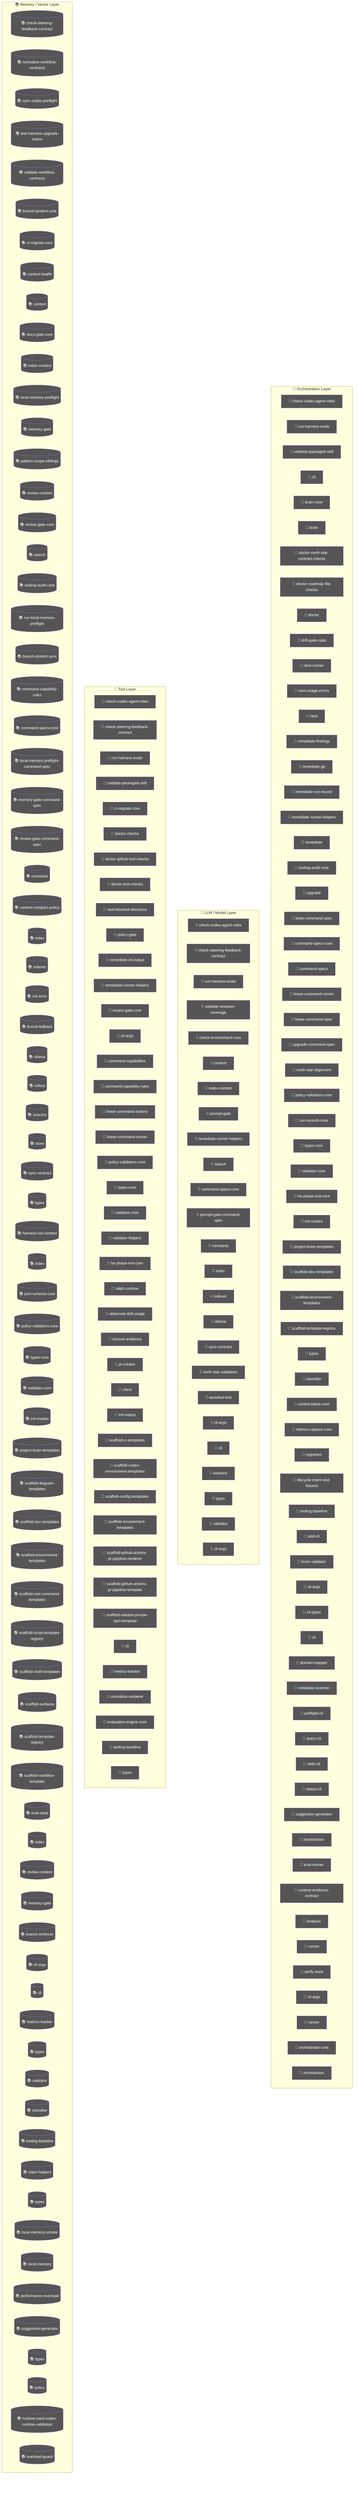
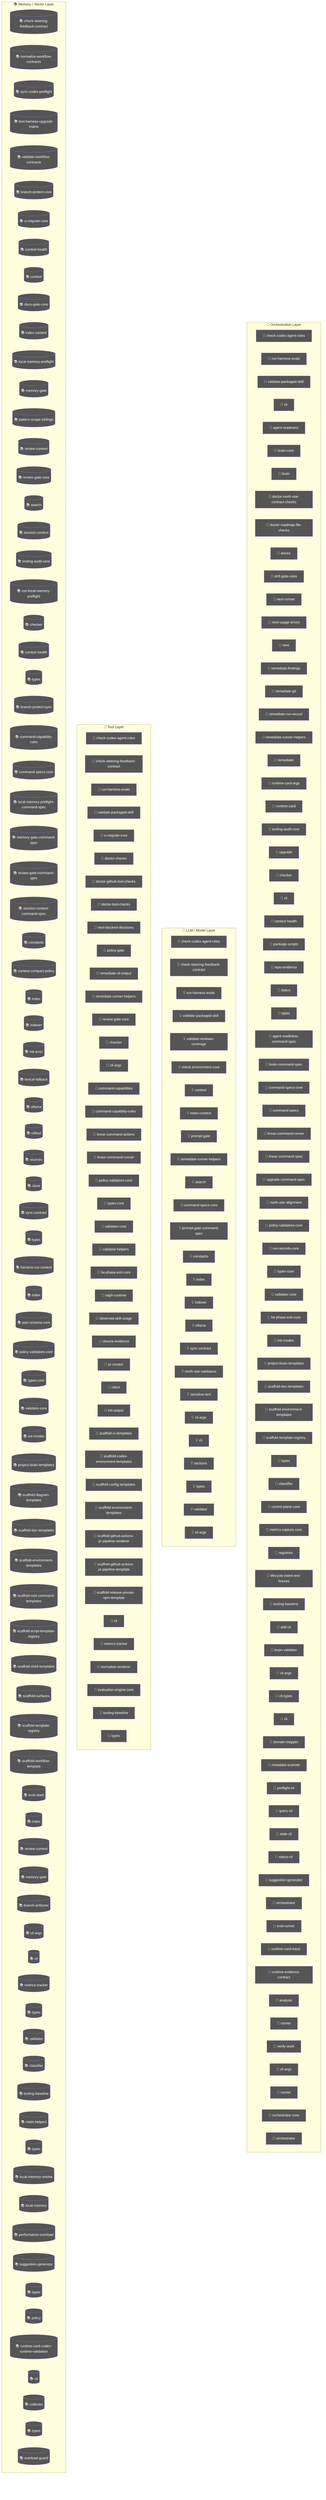
flowchart TD
  subgraph Orchestration["🎯 Orchestration Layer"]
    node_agent_mmd_orchestration_layer_orchestration_chec_7a9f0b64["🤖 check-codex-agent-roles"]
    node_agent_mmd_orchestration_layer_orchestration_run__18817957["🤖 run-harness-evals"]
    node_agent_mmd_orchestration_layer_orchestration_vali_c01b04be["🤖 validate-packaged-skill"]
    cli_99bb8840["🤖 cli"]
+     agent_readiness_c82c68e6["🤖 agent-readiness"]
    brain_core_aa07c380["🤖 brain-core"]
    brain_bbbf7a64["🤖 brain"]
    doctor_north_star_contract_checks_0048124c["🤖 doctor-north-star-contract-checks"]
    doctor_roadmap_file_checks_14447b8e["🤖 doctor-roadmap-file-checks"]
    doctor_72f4be89["🤖 doctor"]
    drift_gate_rules_9685e72d["🤖 drift-gate-rules"]
    next_runner_41643472["🤖 next-runner"]
    next_usage_errors_837a345a["🤖 next-usage-errors"]
    next_c6c1c9a9["🤖 next"]
    remediate_findings_8b09c8c6["🤖 remediate-findings"]
    remediate_git_58c6f6f4["🤖 remediate-git"]
    remediate_run_record_9dfe5dc1["🤖 remediate-run-record"]
    node_agent_mmd_orchestration_layer_orchestration_reme_359fe98f["🤖 remediate-runner-helpers"]
    remediate_06b9c7fc["🤖 remediate"]
+     runtime_card_args_2b3d4b28["🤖 runtime-card-args"]
+     runtime_card_e06b53e1["🤖 runtime-card"]
    node_agent_mmd_orchestration_layer_orchestration_tool_acfe0c01["🤖 tooling-audit-core"]
    upgrade_7fef9479["🤖 upgrade"]
+     node_agent_mmd_orchestration_layer_orchestration_chec_0550c395["🤖 checker"]
+     cli_1_084e05fe["🤖 cli"]
+     node_agent_mmd_orchestration_layer_orchestration_cont_61b3b9c9["🤖 context-health"]
+     package_scripts_3ee6150f["🤖 package-scripts"]
+     repo_evidence_38bb1de5["🤖 repo-evidence"]
+     status_073c1634["🤖 status"]
+     node_agent_mmd_orchestration_layer_orchestration_type_4f906dcc["🤖 types"]
+     agent_readiness_command_spec_a30c2c1e["🤖 agent-readiness-command-spec"]
    brain_command_spec_15b122d5["🤖 brain-command-spec"]
    node_agent_mmd_orchestration_layer_orchestration_comm_1f8cc24c["🤖 command-specs-core"]
    command_specs_69167c63["🤖 command-specs"]
    node_agent_mmd_orchestration_layer_orchestration_line_b67affd5["🤖 linear-command-runner"]
    linear_command_spec_1e12dd44["🤖 linear-command-spec"]
    upgrade_command_spec_03f6c7bd["🤖 upgrade-command-spec"]
    north_star_alignment_00440188["🤖 north-star-alignment"]
    node_agent_mmd_orchestration_layer_orchestration_poli_3270b55d["🤖 policy-validators-core"]
    run_records_core_89286dfa["🤖 run-records-core"]
    node_agent_mmd_orchestration_layer_orchestration_type_7cf81261["🤖 types-core"]
    node_agent_mmd_orchestration_layer_orchestration_vali_d9fe99e6["🤖 validator-core"]
    node_agent_mmd_orchestration_layer_orchestration_he_p_fc778c24["🤖 he-phase-exit-core"]
    node_agent_mmd_orchestration_layer_orchestration_init_2a9c3ecb["🤖 init-modes"]
    node_agent_mmd_orchestration_layer_orchestration_proj_6ab6f60f["🤖 project-brain-templates"]
    node_agent_mmd_orchestration_layer_orchestration_scaf_12cc07db["🤖 scaffold-doc-templates"]
    node_agent_mmd_orchestration_layer_orchestration_scaf_c9a90c2f["🤖 scaffold-environment-templates"]
    node_agent_mmd_orchestration_layer_orchestration_scaf_ff8f92f6["🤖 scaffold-template-registry"]
-     types_11_4be3ee64["🤖 types"]
+     types_13_d025517b["🤖 types"]
    node_agent_mmd_orchestration_layer_orchestration_clas_899b821a["🤖 classifier"]
    control_plane_core_db3b4cb2["🤖 control-plane-core"]
    metrics_capture_core_db4bf7cf["🤖 metrics-capture-core"]
    registries_06402afa["🤖 registries"]
    lifecycle_intent_test_fixtures_a53c7ada["🤖 lifecycle-intent-test-fixtures"]
    node_agent_mmd_orchestration_layer_orchestration_tool_cc43149f["🤖 tooling-baseline"]
    add_cli_7614de25["🤖 add-cli"]
    brain_validator_be251832["🤖 brain-validator"]
    cli_args_8_d546936e["🤖 cli-args"]
    cli_types_1686e858["🤖 cli-types"]
-     cli_7_dc4a9f7f["🤖 cli"]
+     cli_9_b54c1407["🤖 cli"]
    domain_mapper_cd9333d2["🤖 domain-mapper"]
    metadata_scanner_6a101b66["🤖 metadata-scanner"]
    preflight_cli_5d148379["🤖 preflight-cli"]
    query_cli_b95be64d["🤖 query-cli"]
    stale_cli_64548720["🤖 stale-cli"]
    status_cli_4c24a0d6["🤖 status-cli"]
    node_agent_mmd_orchestration_layer_orchestration_sugg_85c5ebe3["🤖 suggestion-generator"]
    orchestrator_11376b7e["🤖 orchestrator"]
    eval_runner_0966a6b3["🤖 eval-runner"]
+     runtime_card_trace_64a5ca95["🤖 runtime-card-trace"]
    runtime_evidence_contract_0f7b15b2["🤖 runtime-evidence-contract"]
    analysis_f44e85c4["🤖 analysis"]
    runner_527aa9f4["🤖 runner"]
    verify_work_1_cd8e7ec3["🤖 verify-work"]
    cli_args_14_3481043e["🤖 cli-args"]
    runner_1_6f281bf8["🤖 runner"]
    orchestrator_core_d0678b53["🤖 orchestrator-core"]
    orchestrator_1_6b7137c5["🤖 orchestrator"]
  end
  subgraph LLMLayer["🧠 LLM / Model Layer"]
    node_agent_mmd_llm_model_layer_llmlayer_check_codex_a_29e7b7fa["💡 check-codex-agent-roles"]
    node_agent_mmd_llm_model_layer_llmlayer_check_steerin_a7dbbd2f["💡 check-steering-feedback-contract"]
    node_agent_mmd_llm_model_layer_llmlayer_run_harness_e_603fcfdc["💡 run-harness-evals"]
+     node_agent_mmd_llm_model_layer_llmlayer_validate_pack_2a12e1f4["💡 validate-packaged-skill"]
    validate_reviewer_coverage_251efee3["💡 validate-reviewer-coverage"]
    check_environment_core_2c16213f["💡 check-environment-core"]
    node_agent_mmd_llm_model_layer_llmlayer_context_conte_ad2dfbd9["💡 context"]
    node_agent_mmd_llm_model_layer_llmlayer_index_context_1041bd11["💡 index-context"]
    prompt_gate_c5e9d207["💡 prompt-gate"]
    node_agent_mmd_llm_model_layer_llmlayer_remediate_run_9e3d4585["💡 remediate-runner-helpers"]
    node_agent_mmd_llm_model_layer_llmlayer_search_search_66b9a911["💡 search"]
    node_agent_mmd_llm_model_layer_llmlayer_command_specs_782af9fa["💡 command-specs-core"]
    prompt_gate_command_spec_9a941482["💡 prompt-gate-command-spec"]
    node_agent_mmd_llm_model_layer_llmlayer_constants_con_c9bd3f6c["💡 constants"]
    node_agent_mmd_llm_model_layer_llmlayer_index_index_1_02e160ff["💡 index"]
    node_agent_mmd_llm_model_layer_llmlayer_indexer_index_4f4deef5["💡 indexer"]
    node_agent_mmd_llm_model_layer_llmlayer_ollama_ollama_968b23fa["💡 ollama"]
    node_agent_mmd_llm_model_layer_llmlayer_sync_contract_9f3cc8c1["💡 sync-contract"]
    north_star_validators_cfc926ce["💡 north-star-validators"]
    sensitive_text_7c11f760["💡 sensitive-text"]
    cli_args_9_9c136878["💡 cli-args"]
-     cli_8_e3a6ce03["💡 cli"]
+     cli_10_35dc8cbd["💡 cli"]
    sections_4697ef32["💡 sections"]
-     types_21_5756f9dc["💡 types"]
+     types_23_4352ee2e["💡 types"]
    validator_6_3688adbf["💡 validator"]
    cli_args_10_861cdd3f["💡 cli-args"]
  end
  subgraph ToolLayer["🔧 Tool Layer"]
    node_agent_mmd_tool_layer_toollayer_check_codex_agent_4b361d5a["🔧 check-codex-agent-roles"]
    node_agent_mmd_tool_layer_toollayer_check_steering_fe_84ed22c2["🔧 check-steering-feedback-contract"]
    node_agent_mmd_tool_layer_toollayer_run_harness_evals_e2ee24f1["🔧 run-harness-evals"]
-     node_agent_mmd_tool_layer_toollayer_validate_packaged_f6ed6f12["🔧 validate-packaged-skill"]
+     node_agent_mmd_tool_layer_toollayer_validate_packaged_2855c827["🔧 validate-packaged-skill"]
    node_agent_mmd_tool_layer_toollayer_ci_migrate_core_c_049f8460["🔧 ci-migrate-core"]
    doctor_checks_5a2eb2b9["🔧 doctor-checks"]
    doctor_github_tool_checks_a53b0382["🔧 doctor-github-tool-checks"]
    doctor_tool_checks_4acac51a["🔧 doctor-tool-checks"]
    next_blocked_decisions_4140ad2b["🔧 next-blocked-decisions"]
    policy_gate_213f7313["🔧 policy-gate"]
    remediate_cli_output_cc165396["🔧 remediate-cli-output"]
    node_agent_mmd_tool_layer_toollayer_remediate_runner__c003b871["🔧 remediate-runner-helpers"]
    node_agent_mmd_tool_layer_toollayer_review_gate_core__7704598b["🔧 review-gate-core"]
+     node_agent_mmd_tool_layer_toollayer_checker_checker_2_453d593b["🔧 checker"]
    cli_args_1_6144b055["🔧 cli-args"]
    command_capabilities_a4d5c71e["🔧 command-capabilities"]
    node_agent_mmd_tool_layer_toollayer_command_capabilit_e97a4615["🔧 command-capability-rules"]
    linear_command_actions_e430f4f4["🔧 linear-command-actions"]
    node_agent_mmd_tool_layer_toollayer_linear_command_ru_d6763748["🔧 linear-command-runner"]
    node_agent_mmd_tool_layer_toollayer_policy_validators_af136abf["🔧 policy-validators-core"]
    node_agent_mmd_tool_layer_toollayer_types_core_types__6c8319b6["🔧 types-core"]
    node_agent_mmd_tool_layer_toollayer_validator_core_va_6ef6131f["🔧 validator-core"]
    validator_helpers_7b927667["🔧 validator-helpers"]
    node_agent_mmd_tool_layer_toollayer_he_phase_exit_cor_af016160["🔧 he-phase-exit-core"]
    ralph_runtime_73d63c0e["🔧 ralph-runtime"]
    observed_skill_usage_ed7d5930["🔧 observed-skill-usage"]
    closure_evidence_aaa31467["🔧 closure-evidence"]
    pr_creator_dc6b1ea4["🔧 pr-creator"]
    client_948fe603["🔧 client"]
    init_output_360dce91["🔧 init-output"]
    scaffold_ci_templates_2afd6392["🔧 scaffold-ci-templates"]
    scaffold_codex_environment_templates_334fbbed["🔧 scaffold-codex-environment-templates"]
    scaffold_config_templates_4b80ce53["🔧 scaffold-config-templates"]
    node_agent_mmd_tool_layer_toollayer_scaffold_environm_c1afc013["🔧 scaffold-environment-templates"]
    scaffold_github_actions_pr_pipeline_renderer_1ee18de5["🔧 scaffold-github-actions-pr-pipeline-renderer"]
    scaffold_github_actions_pr_pipeline_template_e2b85f62["🔧 scaffold-github-actions-pr-pipeline-template"]
    scaffold_release_private_npm_template_075499f8["🔧 scaffold-release-private-npm-template"]
    node_agent_mmd_tool_layer_toollayer_cli_cli_2_1_32d9eeaf["🔧 cli"]
    node_agent_mmd_tool_layer_toollayer_metrics_tracker_m_4c9237d8["🔧 metrics-tracker"]
    normalise_renderer_85f2e563["🔧 normalise-renderer"]
    evaluation_engine_core_e054fe49["🔧 evaluation-engine-core"]
    node_agent_mmd_tool_layer_toollayer_tooling_baseline__61e66e9f["🔧 tooling-baseline"]
-     types_29_929d5a70["🔧 types"]
+     types_32_bfe791ff["🔧 types"]
  end
  subgraph MemoryLayer["📚 Memory / Vector Layer"]
    node_agent_mmd_memory_vector_layer_memorylayer_check__d71f8993[("📚 check-steering-feedback-contract")]
    normalize_workflow_contracts_8701f1c8[("📚 normalize-workflow-contracts")]
    sync_codex_preflight_7e7a8dc2[("📚 sync-codex-preflight")]
    test_harness_upgrade_matrix_84113c4e[("📚 test-harness-upgrade-matrix")]
    validate_workflow_contracts_33dc063c[("📚 validate-workflow-contracts")]
    branch_protect_core_a8feb0fd[("📚 branch-protect-core")]
    node_agent_mmd_memory_vector_layer_memorylayer_ci_mig_0cd5b1a4[("📚 ci-migrate-core")]
    context_health_80bb7da9[("📚 context-health")]
    node_agent_mmd_memory_vector_layer_memorylayer_contex_78ceaaa9[("📚 context")]
    docs_gate_core_eb9b6c18[("📚 docs-gate-core")]
    node_agent_mmd_memory_vector_layer_memorylayer_index__6f3402d0[("📚 index-context")]
    local_memory_preflight_dcc36c42[("📚 local-memory-preflight")]
    memory_gate_a577a506[("📚 memory-gate")]
    pattern_scope_siblings_43abe000[("📚 pattern-scope-siblings")]
    review_context_ca6cf81d[("📚 review-context")]
    node_agent_mmd_memory_vector_layer_memorylayer_review_5bee9816[("📚 review-gate-core")]
    node_agent_mmd_memory_vector_layer_memorylayer_search_ac35cb7e[("📚 search")]
+     session_context_e5ec72c0[("📚 session-context")]
    node_agent_mmd_memory_vector_layer_memorylayer_toolin_a1185b8f[("📚 tooling-audit-core")]
    run_local_memory_preflight_36e92808[("📚 run-local-memory-preflight")]
+     node_agent_mmd_memory_vector_layer_memorylayer_checke_a583eb4f[("📚 checker")]
+     node_agent_mmd_memory_vector_layer_memorylayer_contex_fe0865d6[("📚 context-health")]
+     node_agent_mmd_memory_vector_layer_memorylayer_types__9ad640a0[("📚 types")]
    branch_protect_sync_570adb18[("📚 branch-protect-sync")]
    node_agent_mmd_memory_vector_layer_memorylayer_comman_c72a5d05[("📚 command-capability-rules")]
    node_agent_mmd_memory_vector_layer_memorylayer_comman_111eb454[("📚 command-specs-core")]
    local_memory_preflight_command_spec_9e23f3ce[("📚 local-memory-preflight-command-spec")]
    memory_gate_command_spec_dc9001a9[("📚 memory-gate-command-spec")]
    review_gate_command_spec_3187376a[("📚 review-gate-command-spec")]
+     session_context_command_spec_973afbb1[("📚 session-context-command-spec")]
    node_agent_mmd_memory_vector_layer_memorylayer_consta_702d3f46[("📚 constants")]
    context_compact_policy_3dcaf95d[("📚 context-compact-policy")]
    node_agent_mmd_memory_vector_layer_memorylayer_index__752bc61e[("📚 index")]
    node_agent_mmd_memory_vector_layer_memorylayer_indexe_93e6d86f[("📚 indexer")]
    init_error_5c7dd49f[("📚 init-error")]
    lexical_fallback_723e2b3e[("📚 lexical-fallback")]
    node_agent_mmd_memory_vector_layer_memorylayer_ollama_6d51be16[("📚 ollama")]
    rollout_a4fa034c[("📚 rollout")]
    sources_878a52fc[("📚 sources")]
    store_824d80d7[("📚 store")]
    node_agent_mmd_memory_vector_layer_memorylayer_sync_c_e43418bc[("📚 sync-contract")]
-     types_4_822d0f88[("📚 types")]
+     types_5_f869ec4b[("📚 types")]
    harness_run_context_ac7c77a9[("📚 harness-run-context")]
    index_1_faebc14e[("📚 index")]
    json_schema_core_96d7e328[("📚 json-schema-core")]
    node_agent_mmd_memory_vector_layer_memorylayer_policy_1944de42[("📚 policy-validators-core")]
    node_agent_mmd_memory_vector_layer_memorylayer_types__83f369fa[("📚 types-core")]
    node_agent_mmd_memory_vector_layer_memorylayer_valida_41034356[("📚 validator-core")]
    node_agent_mmd_memory_vector_layer_memorylayer_init_m_333d02c5[("📚 init-modes")]
    node_agent_mmd_memory_vector_layer_memorylayer_projec_3ae304d9[("📚 project-brain-templates")]
    scaffold_diagram_templates_dd88e83c[("📚 scaffold-diagram-templates")]
    node_agent_mmd_memory_vector_layer_memorylayer_scaffo_5fd73b94[("📚 scaffold-doc-templates")]
    node_agent_mmd_memory_vector_layer_memorylayer_scaffo_12b42341[("📚 scaffold-environment-templates")]
    scaffold_root_command_templates_404fed7f[("📚 scaffold-root-command-templates")]
    scaffold_script_template_registry_69312d4e[("📚 scaffold-script-template-registry")]
    scaffold_shell_templates_0ad0f915[("📚 scaffold-shell-templates")]
    scaffold_surfaces_12d6494e[("📚 scaffold-surfaces")]
    node_agent_mmd_memory_vector_layer_memorylayer_scaffo_a86eece1[("📚 scaffold-template-registry")]
    scaffold_workflow_template_92310587[("📚 scaffold-workflow-template")]
    eval_seed_5699fd3e[("📚 eval-seed")]
    index_6_fc9e91e2[("📚 index")]
    review_context_1_e3afed15[("📚 review-context")]
    memory_gate_1_265164ac[("📚 memory-gate")]
    branch_enforcer_acb749cd[("📚 branch-enforcer")]
    cli_args_5_09ea29f0[("📚 cli-args")]
    node_agent_mmd_memory_vector_layer_memorylayer_cli_cl_1f1f89ab[("📚 cli")]
    node_agent_mmd_memory_vector_layer_memorylayer_metric_12562178[("📚 metrics-tracker")]
-     types_13_d025517b[("📚 types")]
+     types_15_86775c96[("📚 types")]
    validator_4_5180cf23[("📚 validator")]
    node_agent_mmd_memory_vector_layer_memorylayer_classi_1ebbf5ff[("📚 classifier")]
    node_agent_mmd_memory_vector_layer_memorylayer_toolin_14f86b00[("📚 tooling-baseline")]
    claim_helpers_20dc8387[("📚 claim-helpers")]
-     types_18_37582e2a[("📚 types")]
+     types_20_071a0112[("📚 types")]
    local_memory_smoke_1175abfc[("📚 local-memory-smoke")]
    local_memory_0db17ecc[("📚 local-memory")]
    performance_overload_c685bfcf[("📚 performance-overload")]
    node_agent_mmd_memory_vector_layer_memorylayer_sugges_267f408d[("📚 suggestion-generator")]
-     types_25_89d086aa[("📚 types")]
+     types_27_4d134744[("📚 types")]
    policy_1_fc4198db[("📚 policy")]
    runtime_card_codex_runtime_validation_d8ce9934[("📚 runtime-card-codex-runtime-validation")]
+     cli_11_338a8415[("📚 cli")]
+     collector_0736fd5b[("📚 collector")]
+     types_30_424b976c[("📚 types")]
    overload_guard_2748c559[("📚 overload-guard")]
  end
  classDef agentNode fill:#555,color:#fff
-   class node_agent_mmd_orchestration_layer_orchestration_chec_7a9f0b64,node_agent_mmd_llm_model_layer_llmlayer_check_codex_a_29e7b7fa,node_agent_mmd_tool_layer_toollayer_check_codex_agent_4b361d5a,node_agent_mmd_orchestration_layer_orchestration_run__18817957,node_agent_mmd_llm_model_layer_llmlayer_run_harness_e_603fcfdc,node_agent_mmd_tool_layer_toollayer_run_harness_evals_e2ee24f1,node_agent_mmd_orchestration_layer_orchestration_vali_c01b04be,node_agent_mmd_tool_layer_toollayer_validate_packaged_f6ed6f12,cli_99bb8840,brain_core_aa07c380,brain_bbbf7a64,doctor_north_star_contract_checks_0048124c,doctor_roadmap_file_checks_14447b8e,doctor_72f4be89,drift_gate_rules_9685e72d,next_runner_41643472,next_usage_errors_837a345a,next_c6c1c9a9,remediate_findings_8b09c8c6,remediate_git_58c6f6f4,remediate_run_record_9dfe5dc1,node_agent_mmd_orchestration_layer_orchestration_reme_359fe98f,node_agent_mmd_llm_model_layer_llmlayer_remediate_run_9e3d4585,node_agent_mmd_tool_layer_toollayer_remediate_runner__c003b871,remediate_06b9c7fc,node_agent_mmd_orchestration_layer_orchestration_tool_acfe0c01,node_agent_mmd_memory_vector_layer_memorylayer_toolin_a1185b8f,upgrade_7fef9479,brain_command_spec_15b122d5,node_agent_mmd_orchestration_layer_orchestration_comm_1f8cc24c,node_agent_mmd_llm_model_layer_llmlayer_command_specs_782af9fa,node_agent_mmd_memory_vector_layer_memorylayer_comman_111eb454,command_specs_69167c63,node_agent_mmd_orchestration_layer_orchestration_line_b67affd5,node_agent_mmd_tool_layer_toollayer_linear_command_ru_d6763748,linear_command_spec_1e12dd44,upgrade_command_spec_03f6c7bd,north_star_alignment_00440188,node_agent_mmd_orchestration_layer_orchestration_poli_3270b55d,node_agent_mmd_tool_layer_toollayer_policy_validators_af136abf,node_agent_mmd_memory_vector_layer_memorylayer_policy_1944de42,run_records_core_89286dfa,node_agent_mmd_orchestration_layer_orchestration_type_7cf81261,node_agent_mmd_tool_layer_toollayer_types_core_types__6c8319b6,node_agent_mmd_memory_vector_layer_memorylayer_types__83f369fa,node_agent_mmd_orchestration_layer_orchestration_vali_d9fe99e6,node_agent_mmd_tool_layer_toollayer_validator_core_va_6ef6131f,node_agent_mmd_memory_vector_layer_memorylayer_valida_41034356,node_agent_mmd_orchestration_layer_orchestration_he_p_fc778c24,node_agent_mmd_tool_layer_toollayer_he_phase_exit_cor_af016160,node_agent_mmd_orchestration_layer_orchestration_init_2a9c3ecb,node_agent_mmd_memory_vector_layer_memorylayer_init_m_333d02c5,node_agent_mmd_orchestration_layer_orchestration_proj_6ab6f60f,node_agent_mmd_memory_vector_layer_memorylayer_projec_3ae304d9,node_agent_mmd_orchestration_layer_orchestration_scaf_12cc07db,node_agent_mmd_memory_vector_layer_memorylayer_scaffo_5fd73b94,node_agent_mmd_orchestration_layer_orchestration_scaf_c9a90c2f,node_agent_mmd_tool_layer_toollayer_scaffold_environm_c1afc013,node_agent_mmd_memory_vector_layer_memorylayer_scaffo_12b42341,node_agent_mmd_orchestration_layer_orchestration_scaf_ff8f92f6,node_agent_mmd_memory_vector_layer_memorylayer_scaffo_a86eece1,types_11_4be3ee64,node_agent_mmd_orchestration_layer_orchestration_clas_899b821a,node_agent_mmd_memory_vector_layer_memorylayer_classi_1ebbf5ff,control_plane_core_db3b4cb2,metrics_capture_core_db4bf7cf,registries_06402afa,lifecycle_intent_test_fixtures_a53c7ada,node_agent_mmd_orchestration_layer_orchestration_tool_cc43149f,node_agent_mmd_tool_layer_toollayer_tooling_baseline__61e66e9f,node_agent_mmd_memory_vector_layer_memorylayer_toolin_14f86b00,add_cli_7614de25,brain_validator_be251832,cli_args_8_d546936e,cli_types_1686e858,cli_7_dc4a9f7f,domain_mapper_cd9333d2,metadata_scanner_6a101b66,preflight_cli_5d148379,query_cli_b95be64d,stale_cli_64548720,status_cli_4c24a0d6,node_agent_mmd_orchestration_layer_orchestration_sugg_85c5ebe3,node_agent_mmd_memory_vector_layer_memorylayer_sugges_267f408d,orchestrator_11376b7e,eval_runner_0966a6b3,runtime_evidence_contract_0f7b15b2,analysis_f44e85c4,runner_527aa9f4,verify_work_1_cd8e7ec3,cli_args_14_3481043e,runner_1_6f281bf8,orchestrator_core_d0678b53,orchestrator_1_6b7137c5 agentNode
+   class node_agent_mmd_orchestration_layer_orchestration_chec_7a9f0b64,node_agent_mmd_llm_model_layer_llmlayer_check_codex_a_29e7b7fa,node_agent_mmd_tool_layer_toollayer_check_codex_agent_4b361d5a,node_agent_mmd_orchestration_layer_orchestration_run__18817957,node_agent_mmd_llm_model_layer_llmlayer_run_harness_e_603fcfdc,node_agent_mmd_tool_layer_toollayer_run_harness_evals_e2ee24f1,node_agent_mmd_orchestration_layer_orchestration_vali_c01b04be,node_agent_mmd_llm_model_layer_llmlayer_validate_pack_2a12e1f4,node_agent_mmd_tool_layer_toollayer_validate_packaged_2855c827,cli_99bb8840,agent_readiness_c82c68e6,brain_core_aa07c380,brain_bbbf7a64,doctor_north_star_contract_checks_0048124c,doctor_roadmap_file_checks_14447b8e,doctor_72f4be89,drift_gate_rules_9685e72d,next_runner_41643472,next_usage_errors_837a345a,next_c6c1c9a9,remediate_findings_8b09c8c6,remediate_git_58c6f6f4,remediate_run_record_9dfe5dc1,node_agent_mmd_orchestration_layer_orchestration_reme_359fe98f,node_agent_mmd_llm_model_layer_llmlayer_remediate_run_9e3d4585,node_agent_mmd_tool_layer_toollayer_remediate_runner__c003b871,remediate_06b9c7fc,runtime_card_args_2b3d4b28,runtime_card_e06b53e1,node_agent_mmd_orchestration_layer_orchestration_tool_acfe0c01,node_agent_mmd_memory_vector_layer_memorylayer_toolin_a1185b8f,upgrade_7fef9479,node_agent_mmd_orchestration_layer_orchestration_chec_0550c395,node_agent_mmd_tool_layer_toollayer_checker_checker_2_453d593b,node_agent_mmd_memory_vector_layer_memorylayer_checke_a583eb4f,cli_1_084e05fe,node_agent_mmd_orchestration_layer_orchestration_cont_61b3b9c9,node_agent_mmd_memory_vector_layer_memorylayer_contex_fe0865d6,package_scripts_3ee6150f,repo_evidence_38bb1de5,status_073c1634,node_agent_mmd_orchestration_layer_orchestration_type_4f906dcc,node_agent_mmd_memory_vector_layer_memorylayer_types__9ad640a0,agent_readiness_command_spec_a30c2c1e,brain_command_spec_15b122d5,node_agent_mmd_orchestration_layer_orchestration_comm_1f8cc24c,node_agent_mmd_llm_model_layer_llmlayer_command_specs_782af9fa,node_agent_mmd_memory_vector_layer_memorylayer_comman_111eb454,command_specs_69167c63,node_agent_mmd_orchestration_layer_orchestration_line_b67affd5,node_agent_mmd_tool_layer_toollayer_linear_command_ru_d6763748,linear_command_spec_1e12dd44,upgrade_command_spec_03f6c7bd,north_star_alignment_00440188,node_agent_mmd_orchestration_layer_orchestration_poli_3270b55d,node_agent_mmd_tool_layer_toollayer_policy_validators_af136abf,node_agent_mmd_memory_vector_layer_memorylayer_policy_1944de42,run_records_core_89286dfa,node_agent_mmd_orchestration_layer_orchestration_type_7cf81261,node_agent_mmd_tool_layer_toollayer_types_core_types__6c8319b6,node_agent_mmd_memory_vector_layer_memorylayer_types__83f369fa,node_agent_mmd_orchestration_layer_orchestration_vali_d9fe99e6,node_agent_mmd_tool_layer_toollayer_validator_core_va_6ef6131f,node_agent_mmd_memory_vector_layer_memorylayer_valida_41034356,node_agent_mmd_orchestration_layer_orchestration_he_p_fc778c24,node_agent_mmd_tool_layer_toollayer_he_phase_exit_cor_af016160,node_agent_mmd_orchestration_layer_orchestration_init_2a9c3ecb,node_agent_mmd_memory_vector_layer_memorylayer_init_m_333d02c5,node_agent_mmd_orchestration_layer_orchestration_proj_6ab6f60f,node_agent_mmd_memory_vector_layer_memorylayer_projec_3ae304d9,node_agent_mmd_orchestration_layer_orchestration_scaf_12cc07db,node_agent_mmd_memory_vector_layer_memorylayer_scaffo_5fd73b94,node_agent_mmd_orchestration_layer_orchestration_scaf_c9a90c2f,node_agent_mmd_tool_layer_toollayer_scaffold_environm_c1afc013,node_agent_mmd_memory_vector_layer_memorylayer_scaffo_12b42341,node_agent_mmd_orchestration_layer_orchestration_scaf_ff8f92f6,node_agent_mmd_memory_vector_layer_memorylayer_scaffo_a86eece1,types_13_d025517b,node_agent_mmd_orchestration_layer_orchestration_clas_899b821a,node_agent_mmd_memory_vector_layer_memorylayer_classi_1ebbf5ff,control_plane_core_db3b4cb2,metrics_capture_core_db4bf7cf,registries_06402afa,lifecycle_intent_test_fixtures_a53c7ada,node_agent_mmd_orchestration_layer_orchestration_tool_cc43149f,node_agent_mmd_tool_layer_toollayer_tooling_baseline__61e66e9f,node_agent_mmd_memory_vector_layer_memorylayer_toolin_14f86b00,add_cli_7614de25,brain_validator_be251832,cli_args_8_d546936e,cli_types_1686e858,cli_9_b54c1407,domain_mapper_cd9333d2,metadata_scanner_6a101b66,preflight_cli_5d148379,query_cli_b95be64d,stale_cli_64548720,status_cli_4c24a0d6,node_agent_mmd_orchestration_layer_orchestration_sugg_85c5ebe3,node_agent_mmd_memory_vector_layer_memorylayer_sugges_267f408d,orchestrator_11376b7e,eval_runner_0966a6b3,runtime_card_trace_64a5ca95,runtime_evidence_contract_0f7b15b2,analysis_f44e85c4,runner_527aa9f4,verify_work_1_cd8e7ec3,cli_args_14_3481043e,runner_1_6f281bf8,orchestrator_core_d0678b53,orchestrator_1_6b7137c5 agentNode
  classDef llmNode fill:#555,color:#fff
-   class node_agent_mmd_orchestration_layer_orchestration_chec_7a9f0b64,node_agent_mmd_llm_model_layer_llmlayer_check_codex_a_29e7b7fa,node_agent_mmd_tool_layer_toollayer_check_codex_agent_4b361d5a,node_agent_mmd_llm_model_layer_llmlayer_check_steerin_a7dbbd2f,node_agent_mmd_tool_layer_toollayer_check_steering_fe_84ed22c2,node_agent_mmd_memory_vector_layer_memorylayer_check__d71f8993,node_agent_mmd_orchestration_layer_orchestration_run__18817957,node_agent_mmd_llm_model_layer_llmlayer_run_harness_e_603fcfdc,node_agent_mmd_tool_layer_toollayer_run_harness_evals_e2ee24f1,validate_reviewer_coverage_251efee3,check_environment_core_2c16213f,node_agent_mmd_llm_model_layer_llmlayer_context_conte_ad2dfbd9,node_agent_mmd_memory_vector_layer_memorylayer_contex_78ceaaa9,node_agent_mmd_llm_model_layer_llmlayer_index_context_1041bd11,node_agent_mmd_memory_vector_layer_memorylayer_index__6f3402d0,prompt_gate_c5e9d207,node_agent_mmd_orchestration_layer_orchestration_reme_359fe98f,node_agent_mmd_llm_model_layer_llmlayer_remediate_run_9e3d4585,node_agent_mmd_tool_layer_toollayer_remediate_runner__c003b871,node_agent_mmd_llm_model_layer_llmlayer_search_search_66b9a911,node_agent_mmd_memory_vector_layer_memorylayer_search_ac35cb7e,node_agent_mmd_orchestration_layer_orchestration_comm_1f8cc24c,node_agent_mmd_llm_model_layer_llmlayer_command_specs_782af9fa,node_agent_mmd_memory_vector_layer_memorylayer_comman_111eb454,prompt_gate_command_spec_9a941482,node_agent_mmd_llm_model_layer_llmlayer_constants_con_c9bd3f6c,node_agent_mmd_memory_vector_layer_memorylayer_consta_702d3f46,node_agent_mmd_llm_model_layer_llmlayer_index_index_1_02e160ff,node_agent_mmd_memory_vector_layer_memorylayer_index__752bc61e,node_agent_mmd_llm_model_layer_llmlayer_indexer_index_4f4deef5,node_agent_mmd_memory_vector_layer_memorylayer_indexe_93e6d86f,node_agent_mmd_llm_model_layer_llmlayer_ollama_ollama_968b23fa,node_agent_mmd_memory_vector_layer_memorylayer_ollama_6d51be16,node_agent_mmd_llm_model_layer_llmlayer_sync_contract_9f3cc8c1,node_agent_mmd_memory_vector_layer_memorylayer_sync_c_e43418bc,north_star_validators_cfc926ce,sensitive_text_7c11f760,cli_args_9_9c136878,cli_8_e3a6ce03,sections_4697ef32,types_21_5756f9dc,validator_6_3688adbf,cli_args_10_861cdd3f llmNode
+   class node_agent_mmd_orchestration_layer_orchestration_chec_7a9f0b64,node_agent_mmd_llm_model_layer_llmlayer_check_codex_a_29e7b7fa,node_agent_mmd_tool_layer_toollayer_check_codex_agent_4b361d5a,node_agent_mmd_llm_model_layer_llmlayer_check_steerin_a7dbbd2f,node_agent_mmd_tool_layer_toollayer_check_steering_fe_84ed22c2,node_agent_mmd_memory_vector_layer_memorylayer_check__d71f8993,node_agent_mmd_orchestration_layer_orchestration_run__18817957,node_agent_mmd_llm_model_layer_llmlayer_run_harness_e_603fcfdc,node_agent_mmd_tool_layer_toollayer_run_harness_evals_e2ee24f1,node_agent_mmd_orchestration_layer_orchestration_vali_c01b04be,node_agent_mmd_llm_model_layer_llmlayer_validate_pack_2a12e1f4,node_agent_mmd_tool_layer_toollayer_validate_packaged_2855c827,validate_reviewer_coverage_251efee3,check_environment_core_2c16213f,node_agent_mmd_llm_model_layer_llmlayer_context_conte_ad2dfbd9,node_agent_mmd_memory_vector_layer_memorylayer_contex_78ceaaa9,node_agent_mmd_llm_model_layer_llmlayer_index_context_1041bd11,node_agent_mmd_memory_vector_layer_memorylayer_index__6f3402d0,prompt_gate_c5e9d207,node_agent_mmd_orchestration_layer_orchestration_reme_359fe98f,node_agent_mmd_llm_model_layer_llmlayer_remediate_run_9e3d4585,node_agent_mmd_tool_layer_toollayer_remediate_runner__c003b871,node_agent_mmd_llm_model_layer_llmlayer_search_search_66b9a911,node_agent_mmd_memory_vector_layer_memorylayer_search_ac35cb7e,node_agent_mmd_orchestration_layer_orchestration_comm_1f8cc24c,node_agent_mmd_llm_model_layer_llmlayer_command_specs_782af9fa,node_agent_mmd_memory_vector_layer_memorylayer_comman_111eb454,prompt_gate_command_spec_9a941482,node_agent_mmd_llm_model_layer_llmlayer_constants_con_c9bd3f6c,node_agent_mmd_memory_vector_layer_memorylayer_consta_702d3f46,node_agent_mmd_llm_model_layer_llmlayer_index_index_1_02e160ff,node_agent_mmd_memory_vector_layer_memorylayer_index__752bc61e,node_agent_mmd_llm_model_layer_llmlayer_indexer_index_4f4deef5,node_agent_mmd_memory_vector_layer_memorylayer_indexe_93e6d86f,node_agent_mmd_llm_model_layer_llmlayer_ollama_ollama_968b23fa,node_agent_mmd_memory_vector_layer_memorylayer_ollama_6d51be16,node_agent_mmd_llm_model_layer_llmlayer_sync_contract_9f3cc8c1,node_agent_mmd_memory_vector_layer_memorylayer_sync_c_e43418bc,north_star_validators_cfc926ce,sensitive_text_7c11f760,cli_args_9_9c136878,cli_10_35dc8cbd,sections_4697ef32,types_23_4352ee2e,validator_6_3688adbf,cli_args_10_861cdd3f llmNode
  classDef toolNode fill:#555,color:#fff
-   class node_agent_mmd_orchestration_layer_orchestration_chec_7a9f0b64,node_agent_mmd_llm_model_layer_llmlayer_check_codex_a_29e7b7fa,node_agent_mmd_tool_layer_toollayer_check_codex_agent_4b361d5a,node_agent_mmd_llm_model_layer_llmlayer_check_steerin_a7dbbd2f,node_agent_mmd_tool_layer_toollayer_check_steering_fe_84ed22c2,node_agent_mmd_memory_vector_layer_memorylayer_check__d71f8993,node_agent_mmd_orchestration_layer_orchestration_run__18817957,node_agent_mmd_llm_model_layer_llmlayer_run_harness_e_603fcfdc,node_agent_mmd_tool_layer_toollayer_run_harness_evals_e2ee24f1,node_agent_mmd_orchestration_layer_orchestration_vali_c01b04be,node_agent_mmd_tool_layer_toollayer_validate_packaged_f6ed6f12,node_agent_mmd_tool_layer_toollayer_ci_migrate_core_c_049f8460,node_agent_mmd_memory_vector_layer_memorylayer_ci_mig_0cd5b1a4,doctor_checks_5a2eb2b9,doctor_github_tool_checks_a53b0382,doctor_tool_checks_4acac51a,next_blocked_decisions_4140ad2b,policy_gate_213f7313,remediate_cli_output_cc165396,node_agent_mmd_orchestration_layer_orchestration_reme_359fe98f,node_agent_mmd_llm_model_layer_llmlayer_remediate_run_9e3d4585,node_agent_mmd_tool_layer_toollayer_remediate_runner__c003b871,node_agent_mmd_tool_layer_toollayer_review_gate_core__7704598b,node_agent_mmd_memory_vector_layer_memorylayer_review_5bee9816,cli_args_1_6144b055,command_capabilities_a4d5c71e,node_agent_mmd_tool_layer_toollayer_command_capabilit_e97a4615,node_agent_mmd_memory_vector_layer_memorylayer_comman_c72a5d05,linear_command_actions_e430f4f4,node_agent_mmd_orchestration_layer_orchestration_line_b67affd5,node_agent_mmd_tool_layer_toollayer_linear_command_ru_d6763748,node_agent_mmd_orchestration_layer_orchestration_poli_3270b55d,node_agent_mmd_tool_layer_toollayer_policy_validators_af136abf,node_agent_mmd_memory_vector_layer_memorylayer_policy_1944de42,node_agent_mmd_orchestration_layer_orchestration_type_7cf81261,node_agent_mmd_tool_layer_toollayer_types_core_types__6c8319b6,node_agent_mmd_memory_vector_layer_memorylayer_types__83f369fa,node_agent_mmd_orchestration_layer_orchestration_vali_d9fe99e6,node_agent_mmd_tool_layer_toollayer_validator_core_va_6ef6131f,node_agent_mmd_memory_vector_layer_memorylayer_valida_41034356,validator_helpers_7b927667,node_agent_mmd_orchestration_layer_orchestration_he_p_fc778c24,node_agent_mmd_tool_layer_toollayer_he_phase_exit_cor_af016160,ralph_runtime_73d63c0e,observed_skill_usage_ed7d5930,closure_evidence_aaa31467,pr_creator_dc6b1ea4,client_948fe603,init_output_360dce91,scaffold_ci_templates_2afd6392,scaffold_codex_environment_templates_334fbbed,scaffold_config_templates_4b80ce53,node_agent_mmd_orchestration_layer_orchestration_scaf_c9a90c2f,node_agent_mmd_tool_layer_toollayer_scaffold_environm_c1afc013,node_agent_mmd_memory_vector_layer_memorylayer_scaffo_12b42341,scaffold_github_actions_pr_pipeline_renderer_1ee18de5,scaffold_github_actions_pr_pipeline_template_e2b85f62,scaffold_release_private_npm_template_075499f8,node_agent_mmd_tool_layer_toollayer_cli_cli_2_1_32d9eeaf,node_agent_mmd_memory_vector_layer_memorylayer_cli_cl_1f1f89ab,node_agent_mmd_tool_layer_toollayer_metrics_tracker_m_4c9237d8,node_agent_mmd_memory_vector_layer_memorylayer_metric_12562178,normalise_renderer_85f2e563,evaluation_engine_core_e054fe49,node_agent_mmd_orchestration_layer_orchestration_tool_cc43149f,node_agent_mmd_tool_layer_toollayer_tooling_baseline__61e66e9f,node_agent_mmd_memory_vector_layer_memorylayer_toolin_14f86b00,types_29_929d5a70 toolNode
+   class node_agent_mmd_orchestration_layer_orchestration_chec_7a9f0b64,node_agent_mmd_llm_model_layer_llmlayer_check_codex_a_29e7b7fa,node_agent_mmd_tool_layer_toollayer_check_codex_agent_4b361d5a,node_agent_mmd_llm_model_layer_llmlayer_check_steerin_a7dbbd2f,node_agent_mmd_tool_layer_toollayer_check_steering_fe_84ed22c2,node_agent_mmd_memory_vector_layer_memorylayer_check__d71f8993,node_agent_mmd_orchestration_layer_orchestration_run__18817957,node_agent_mmd_llm_model_layer_llmlayer_run_harness_e_603fcfdc,node_agent_mmd_tool_layer_toollayer_run_harness_evals_e2ee24f1,node_agent_mmd_orchestration_layer_orchestration_vali_c01b04be,node_agent_mmd_llm_model_layer_llmlayer_validate_pack_2a12e1f4,node_agent_mmd_tool_layer_toollayer_validate_packaged_2855c827,node_agent_mmd_tool_layer_toollayer_ci_migrate_core_c_049f8460,node_agent_mmd_memory_vector_layer_memorylayer_ci_mig_0cd5b1a4,doctor_checks_5a2eb2b9,doctor_github_tool_checks_a53b0382,doctor_tool_checks_4acac51a,next_blocked_decisions_4140ad2b,policy_gate_213f7313,remediate_cli_output_cc165396,node_agent_mmd_orchestration_layer_orchestration_reme_359fe98f,node_agent_mmd_llm_model_layer_llmlayer_remediate_run_9e3d4585,node_agent_mmd_tool_layer_toollayer_remediate_runner__c003b871,node_agent_mmd_tool_layer_toollayer_review_gate_core__7704598b,node_agent_mmd_memory_vector_layer_memorylayer_review_5bee9816,node_agent_mmd_orchestration_layer_orchestration_chec_0550c395,node_agent_mmd_tool_layer_toollayer_checker_checker_2_453d593b,node_agent_mmd_memory_vector_layer_memorylayer_checke_a583eb4f,cli_args_1_6144b055,command_capabilities_a4d5c71e,node_agent_mmd_tool_layer_toollayer_command_capabilit_e97a4615,node_agent_mmd_memory_vector_layer_memorylayer_comman_c72a5d05,linear_command_actions_e430f4f4,node_agent_mmd_orchestration_layer_orchestration_line_b67affd5,node_agent_mmd_tool_layer_toollayer_linear_command_ru_d6763748,node_agent_mmd_orchestration_layer_orchestration_poli_3270b55d,node_agent_mmd_tool_layer_toollayer_policy_validators_af136abf,node_agent_mmd_memory_vector_layer_memorylayer_policy_1944de42,node_agent_mmd_orchestration_layer_orchestration_type_7cf81261,node_agent_mmd_tool_layer_toollayer_types_core_types__6c8319b6,node_agent_mmd_memory_vector_layer_memorylayer_types__83f369fa,node_agent_mmd_orchestration_layer_orchestration_vali_d9fe99e6,node_agent_mmd_tool_layer_toollayer_validator_core_va_6ef6131f,node_agent_mmd_memory_vector_layer_memorylayer_valida_41034356,validator_helpers_7b927667,node_agent_mmd_orchestration_layer_orchestration_he_p_fc778c24,node_agent_mmd_tool_layer_toollayer_he_phase_exit_cor_af016160,ralph_runtime_73d63c0e,observed_skill_usage_ed7d5930,closure_evidence_aaa31467,pr_creator_dc6b1ea4,client_948fe603,init_output_360dce91,scaffold_ci_templates_2afd6392,scaffold_codex_environment_templates_334fbbed,scaffold_config_templates_4b80ce53,node_agent_mmd_orchestration_layer_orchestration_scaf_c9a90c2f,node_agent_mmd_tool_layer_toollayer_scaffold_environm_c1afc013,node_agent_mmd_memory_vector_layer_memorylayer_scaffo_12b42341,scaffold_github_actions_pr_pipeline_renderer_1ee18de5,scaffold_github_actions_pr_pipeline_template_e2b85f62,scaffold_release_private_npm_template_075499f8,node_agent_mmd_tool_layer_toollayer_cli_cli_2_1_32d9eeaf,node_agent_mmd_memory_vector_layer_memorylayer_cli_cl_1f1f89ab,node_agent_mmd_tool_layer_toollayer_metrics_tracker_m_4c9237d8,node_agent_mmd_memory_vector_layer_memorylayer_metric_12562178,normalise_renderer_85f2e563,evaluation_engine_core_e054fe49,node_agent_mmd_orchestration_layer_orchestration_tool_cc43149f,node_agent_mmd_tool_layer_toollayer_tooling_baseline__61e66e9f,node_agent_mmd_memory_vector_layer_memorylayer_toolin_14f86b00,types_32_bfe791ff toolNode
  classDef memNode fill:#555,color:#fff
-   class node_agent_mmd_llm_model_layer_llmlayer_check_steerin_a7dbbd2f,node_agent_mmd_tool_layer_toollayer_check_steering_fe_84ed22c2,node_agent_mmd_memory_vector_layer_memorylayer_check__d71f8993,normalize_workflow_contracts_8701f1c8,sync_codex_preflight_7e7a8dc2,test_harness_upgrade_matrix_84113c4e,validate_workflow_contracts_33dc063c,branch_protect_core_a8feb0fd,node_agent_mmd_tool_layer_toollayer_ci_migrate_core_c_049f8460,node_agent_mmd_memory_vector_layer_memorylayer_ci_mig_0cd5b1a4,context_health_80bb7da9,node_agent_mmd_llm_model_layer_llmlayer_context_conte_ad2dfbd9,node_agent_mmd_memory_vector_layer_memorylayer_contex_78ceaaa9,docs_gate_core_eb9b6c18,node_agent_mmd_llm_model_layer_llmlayer_index_context_1041bd11,node_agent_mmd_memory_vector_layer_memorylayer_index__6f3402d0,local_memory_preflight_dcc36c42,memory_gate_a577a506,pattern_scope_siblings_43abe000,review_context_ca6cf81d,node_agent_mmd_tool_layer_toollayer_review_gate_core__7704598b,node_agent_mmd_memory_vector_layer_memorylayer_review_5bee9816,node_agent_mmd_llm_model_layer_llmlayer_search_search_66b9a911,node_agent_mmd_memory_vector_layer_memorylayer_search_ac35cb7e,node_agent_mmd_orchestration_layer_orchestration_tool_acfe0c01,node_agent_mmd_memory_vector_layer_memorylayer_toolin_a1185b8f,run_local_memory_preflight_36e92808,branch_protect_sync_570adb18,node_agent_mmd_tool_layer_toollayer_command_capabilit_e97a4615,node_agent_mmd_memory_vector_layer_memorylayer_comman_c72a5d05,node_agent_mmd_orchestration_layer_orchestration_comm_1f8cc24c,node_agent_mmd_llm_model_layer_llmlayer_command_specs_782af9fa,node_agent_mmd_memory_vector_layer_memorylayer_comman_111eb454,local_memory_preflight_command_spec_9e23f3ce,memory_gate_command_spec_dc9001a9,review_gate_command_spec_3187376a,node_agent_mmd_llm_model_layer_llmlayer_constants_con_c9bd3f6c,node_agent_mmd_memory_vector_layer_memorylayer_consta_702d3f46,context_compact_policy_3dcaf95d,node_agent_mmd_llm_model_layer_llmlayer_index_index_1_02e160ff,node_agent_mmd_memory_vector_layer_memorylayer_index__752bc61e,node_agent_mmd_llm_model_layer_llmlayer_indexer_index_4f4deef5,node_agent_mmd_memory_vector_layer_memorylayer_indexe_93e6d86f,init_error_5c7dd49f,lexical_fallback_723e2b3e,node_agent_mmd_llm_model_layer_llmlayer_ollama_ollama_968b23fa,node_agent_mmd_memory_vector_layer_memorylayer_ollama_6d51be16,rollout_a4fa034c,sources_878a52fc,store_824d80d7,node_agent_mmd_llm_model_layer_llmlayer_sync_contract_9f3cc8c1,node_agent_mmd_memory_vector_layer_memorylayer_sync_c_e43418bc,types_4_822d0f88,harness_run_context_ac7c77a9,index_1_faebc14e,json_schema_core_96d7e328,node_agent_mmd_orchestration_layer_orchestration_poli_3270b55d,node_agent_mmd_tool_layer_toollayer_policy_validators_af136abf,node_agent_mmd_memory_vector_layer_memorylayer_policy_1944de42,node_agent_mmd_orchestration_layer_orchestration_type_7cf81261,node_agent_mmd_tool_layer_toollayer_types_core_types__6c8319b6,node_agent_mmd_memory_vector_layer_memorylayer_types__83f369fa,node_agent_mmd_orchestration_layer_orchestration_vali_d9fe99e6,node_agent_mmd_tool_layer_toollayer_validator_core_va_6ef6131f,node_agent_mmd_memory_vector_layer_memorylayer_valida_41034356,node_agent_mmd_orchestration_layer_orchestration_init_2a9c3ecb,node_agent_mmd_memory_vector_layer_memorylayer_init_m_333d02c5,node_agent_mmd_orchestration_layer_orchestration_proj_6ab6f60f,node_agent_mmd_memory_vector_layer_memorylayer_projec_3ae304d9,scaffold_diagram_templates_dd88e83c,node_agent_mmd_orchestration_layer_orchestration_scaf_12cc07db,node_agent_mmd_memory_vector_layer_memorylayer_scaffo_5fd73b94,node_agent_mmd_orchestration_layer_orchestration_scaf_c9a90c2f,node_agent_mmd_tool_layer_toollayer_scaffold_environm_c1afc013,node_agent_mmd_memory_vector_layer_memorylayer_scaffo_12b42341,scaffold_root_command_templates_404fed7f,scaffold_script_template_registry_69312d4e,scaffold_shell_templates_0ad0f915,scaffold_surfaces_12d6494e,node_agent_mmd_orchestration_layer_orchestration_scaf_ff8f92f6,node_agent_mmd_memory_vector_layer_memorylayer_scaffo_a86eece1,scaffold_workflow_template_92310587,eval_seed_5699fd3e,index_6_fc9e91e2,review_context_1_e3afed15,memory_gate_1_265164ac,branch_enforcer_acb749cd,cli_args_5_09ea29f0,node_agent_mmd_tool_layer_toollayer_cli_cli_2_1_32d9eeaf,node_agent_mmd_memory_vector_layer_memorylayer_cli_cl_1f1f89ab,node_agent_mmd_tool_layer_toollayer_metrics_tracker_m_4c9237d8,node_agent_mmd_memory_vector_layer_memorylayer_metric_12562178,types_13_d025517b,validator_4_5180cf23,node_agent_mmd_orchestration_layer_orchestration_clas_899b821a,node_agent_mmd_memory_vector_layer_memorylayer_classi_1ebbf5ff,node_agent_mmd_orchestration_layer_orchestration_tool_cc43149f,node_agent_mmd_tool_layer_toollayer_tooling_baseline__61e66e9f,node_agent_mmd_memory_vector_layer_memorylayer_toolin_14f86b00,claim_helpers_20dc8387,types_18_37582e2a,local_memory_smoke_1175abfc,local_memory_0db17ecc,performance_overload_c685bfcf,node_agent_mmd_orchestration_layer_orchestration_sugg_85c5ebe3,node_agent_mmd_memory_vector_layer_memorylayer_sugges_267f408d,types_25_89d086aa,policy_1_fc4198db,runtime_card_codex_runtime_validation_d8ce9934,overload_guard_2748c559 memNode
+   class node_agent_mmd_llm_model_layer_llmlayer_check_steerin_a7dbbd2f,node_agent_mmd_tool_layer_toollayer_check_steering_fe_84ed22c2,node_agent_mmd_memory_vector_layer_memorylayer_check__d71f8993,normalize_workflow_contracts_8701f1c8,sync_codex_preflight_7e7a8dc2,test_harness_upgrade_matrix_84113c4e,validate_workflow_contracts_33dc063c,branch_protect_core_a8feb0fd,node_agent_mmd_tool_layer_toollayer_ci_migrate_core_c_049f8460,node_agent_mmd_memory_vector_layer_memorylayer_ci_mig_0cd5b1a4,context_health_80bb7da9,node_agent_mmd_llm_model_layer_llmlayer_context_conte_ad2dfbd9,node_agent_mmd_memory_vector_layer_memorylayer_contex_78ceaaa9,docs_gate_core_eb9b6c18,node_agent_mmd_llm_model_layer_llmlayer_index_context_1041bd11,node_agent_mmd_memory_vector_layer_memorylayer_index__6f3402d0,local_memory_preflight_dcc36c42,memory_gate_a577a506,pattern_scope_siblings_43abe000,review_context_ca6cf81d,node_agent_mmd_tool_layer_toollayer_review_gate_core__7704598b,node_agent_mmd_memory_vector_layer_memorylayer_review_5bee9816,node_agent_mmd_llm_model_layer_llmlayer_search_search_66b9a911,node_agent_mmd_memory_vector_layer_memorylayer_search_ac35cb7e,session_context_e5ec72c0,node_agent_mmd_orchestration_layer_orchestration_tool_acfe0c01,node_agent_mmd_memory_vector_layer_memorylayer_toolin_a1185b8f,run_local_memory_preflight_36e92808,node_agent_mmd_orchestration_layer_orchestration_chec_0550c395,node_agent_mmd_tool_layer_toollayer_checker_checker_2_453d593b,node_agent_mmd_memory_vector_layer_memorylayer_checke_a583eb4f,node_agent_mmd_orchestration_layer_orchestration_cont_61b3b9c9,node_agent_mmd_memory_vector_layer_memorylayer_contex_fe0865d6,node_agent_mmd_orchestration_layer_orchestration_type_4f906dcc,node_agent_mmd_memory_vector_layer_memorylayer_types__9ad640a0,branch_protect_sync_570adb18,node_agent_mmd_tool_layer_toollayer_command_capabilit_e97a4615,node_agent_mmd_memory_vector_layer_memorylayer_comman_c72a5d05,node_agent_mmd_orchestration_layer_orchestration_comm_1f8cc24c,node_agent_mmd_llm_model_layer_llmlayer_command_specs_782af9fa,node_agent_mmd_memory_vector_layer_memorylayer_comman_111eb454,local_memory_preflight_command_spec_9e23f3ce,memory_gate_command_spec_dc9001a9,review_gate_command_spec_3187376a,session_context_command_spec_973afbb1,node_agent_mmd_llm_model_layer_llmlayer_constants_con_c9bd3f6c,node_agent_mmd_memory_vector_layer_memorylayer_consta_702d3f46,context_compact_policy_3dcaf95d,node_agent_mmd_llm_model_layer_llmlayer_index_index_1_02e160ff,node_agent_mmd_memory_vector_layer_memorylayer_index__752bc61e,node_agent_mmd_llm_model_layer_llmlayer_indexer_index_4f4deef5,node_agent_mmd_memory_vector_layer_memorylayer_indexe_93e6d86f,init_error_5c7dd49f,lexical_fallback_723e2b3e,node_agent_mmd_llm_model_layer_llmlayer_ollama_ollama_968b23fa,node_agent_mmd_memory_vector_layer_memorylayer_ollama_6d51be16,rollout_a4fa034c,sources_878a52fc,store_824d80d7,node_agent_mmd_llm_model_layer_llmlayer_sync_contract_9f3cc8c1,node_agent_mmd_memory_vector_layer_memorylayer_sync_c_e43418bc,types_5_f869ec4b,harness_run_context_ac7c77a9,index_1_faebc14e,json_schema_core_96d7e328,node_agent_mmd_orchestration_layer_orchestration_poli_3270b55d,node_agent_mmd_tool_layer_toollayer_policy_validators_af136abf,node_agent_mmd_memory_vector_layer_memorylayer_policy_1944de42,node_agent_mmd_orchestration_layer_orchestration_type_7cf81261,node_agent_mmd_tool_layer_toollayer_types_core_types__6c8319b6,node_agent_mmd_memory_vector_layer_memorylayer_types__83f369fa,node_agent_mmd_orchestration_layer_orchestration_vali_d9fe99e6,node_agent_mmd_tool_layer_toollayer_validator_core_va_6ef6131f,node_agent_mmd_memory_vector_layer_memorylayer_valida_41034356,node_agent_mmd_orchestration_layer_orchestration_init_2a9c3ecb,node_agent_mmd_memory_vector_layer_memorylayer_init_m_333d02c5,node_agent_mmd_orchestration_layer_orchestration_proj_6ab6f60f,node_agent_mmd_memory_vector_layer_memorylayer_projec_3ae304d9,scaffold_diagram_templates_dd88e83c,node_agent_mmd_orchestration_layer_orchestration_scaf_12cc07db,node_agent_mmd_memory_vector_layer_memorylayer_scaffo_5fd73b94,node_agent_mmd_orchestration_layer_orchestration_scaf_c9a90c2f,node_agent_mmd_tool_layer_toollayer_scaffold_environm_c1afc013,node_agent_mmd_memory_vector_layer_memorylayer_scaffo_12b42341,scaffold_root_command_templates_404fed7f,scaffold_script_template_registry_69312d4e,scaffold_shell_templates_0ad0f915,scaffold_surfaces_12d6494e,node_agent_mmd_orchestration_layer_orchestration_scaf_ff8f92f6,node_agent_mmd_memory_vector_layer_memorylayer_scaffo_a86eece1,scaffold_workflow_template_92310587,eval_seed_5699fd3e,index_6_fc9e91e2,review_context_1_e3afed15,memory_gate_1_265164ac,branch_enforcer_acb749cd,cli_args_5_09ea29f0,node_agent_mmd_tool_layer_toollayer_cli_cli_2_1_32d9eeaf,node_agent_mmd_memory_vector_layer_memorylayer_cli_cl_1f1f89ab,node_agent_mmd_tool_layer_toollayer_metrics_tracker_m_4c9237d8,node_agent_mmd_memory_vector_layer_memorylayer_metric_12562178,types_15_86775c96,validator_4_5180cf23,node_agent_mmd_orchestration_layer_orchestration_clas_899b821a,node_agent_mmd_memory_vector_layer_memorylayer_classi_1ebbf5ff,node_agent_mmd_orchestration_layer_orchestration_tool_cc43149f,node_agent_mmd_tool_layer_toollayer_tooling_baseline__61e66e9f,node_agent_mmd_memory_vector_layer_memorylayer_toolin_14f86b00,claim_helpers_20dc8387,types_20_071a0112,local_memory_smoke_1175abfc,local_memory_0db17ecc,performance_overload_c685bfcf,node_agent_mmd_orchestration_layer_orchestration_sugg_85c5ebe3,node_agent_mmd_memory_vector_layer_memorylayer_sugges_267f408d,types_27_4d134744,policy_1_fc4198db,runtime_card_codex_runtime_validation_d8ce9934,cli_11_338a8415,collector_0736fd5b,types_30_424b976c,overload_guard_2748c559 memNode
